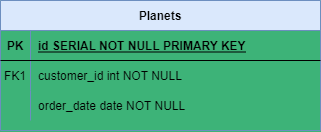
Above: DB/Planets ER Diagram.png in tsgsOFFICIAL/Kilgharrah (draw.io), before the change. Source tidied: cells renumbered, new cells last; positions are measured from the earlier drawing's top-left corner, leaving out a move shared by most shapes. The source it was exported from:
```xml
<mxGraphModel background="#3DB378">
  <root>
    <mxCell id="0" />
    <mxCell id="1" parent="0" />
    <mxCell id="2" value="Planets" style="shape=table;startSize=30;rowLines=0;fontStyle=1;align=center;fillColor=#dae8fc;strokeColor=#6c8ebf;" parent="1" vertex="1">
      <mxGeometry width="320" height="130" as="geometry" />
    </mxCell>
    <mxCell id="3" style="shape=partialRectangle;fillColor=none;top=0;left=0;right=0;bottom=1;" parent="2" vertex="1">
      <mxGeometry y="30" width="320" height="30" as="geometry" />
    </mxCell>
    <mxCell id="4" value="PK" style="shape=partialRectangle;overflow=hidden;fillColor=none;top=0;left=0;bottom=0;right=0;fontStyle=1;" parent="3" vertex="1">
      <mxGeometry width="30" height="30" as="geometry" />
    </mxCell>
    <mxCell id="5" value="id SERIAL NOT NULL PRIMARY KEY" style="shape=partialRectangle;overflow=hidden;fillColor=none;top=0;left=0;bottom=0;right=0;align=left;spacingLeft=6;fontStyle=5;" parent="3" vertex="1">
      <mxGeometry x="30" width="290" height="30" as="geometry" />
    </mxCell>
    <mxCell id="6" style="shape=partialRectangle;fillColor=none;top=0;left=0;right=0;bottom=0;" parent="2" vertex="1">
      <mxGeometry y="60" width="320" height="30" as="geometry" />
    </mxCell>
    <mxCell id="7" value="FK1" style="shape=partialRectangle;overflow=hidden;fillColor=none;top=0;left=0;bottom=0;right=0;" parent="6" vertex="1">
      <mxGeometry width="30" height="30" as="geometry" />
    </mxCell>
    <mxCell id="8" value="customer_id int NOT NULL" style="shape=partialRectangle;overflow=hidden;fillColor=none;top=0;left=0;bottom=0;right=0;align=left;spacingLeft=6;" parent="6" vertex="1">
      <mxGeometry x="30" width="290" height="30" as="geometry" />
    </mxCell>
    <mxCell id="9" style="shape=partialRectangle;fillColor=none;top=0;left=0;right=0;bottom=0;" parent="2" vertex="1">
      <mxGeometry y="90" width="320" height="30" as="geometry" />
    </mxCell>
    <mxCell id="10" style="shape=partialRectangle;overflow=hidden;fillColor=none;top=0;left=0;bottom=0;right=0;" parent="9" vertex="1">
      <mxGeometry width="30" height="30" as="geometry" />
    </mxCell>
    <mxCell id="11" value="order_date date NOT NULL" style="shape=partialRectangle;overflow=hidden;fillColor=none;top=0;left=0;bottom=0;right=0;align=left;spacingLeft=6;" parent="9" vertex="1">
      <mxGeometry x="30" width="290" height="30" as="geometry" />
    </mxCell>
  </root>
</mxGraphModel>
```
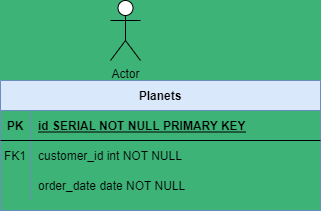
After the change.

The edit, as a diff of the source:
```diff
@@ -32,5 +32,8 @@
     <mxCell id="11" value="order_date date NOT NULL" style="shape=partialRectangle;overflow=hidden;fillColor=none;top=0;left=0;bottom=0;right=0;align=left;spacingLeft=6;" parent="9" vertex="1">
       <mxGeometry x="30" width="290" height="30" as="geometry" />
     </mxCell>
+    <mxCell id="12" value="Actor" style="shape=umlActor;verticalLabelPosition=bottom;verticalAlign=top;html=1;" parent="1" vertex="1">
+      <mxGeometry x="110" y="-80" width="30" height="60" as="geometry" />
+    </mxCell>
   </root>
 </mxGraphModel>
```
